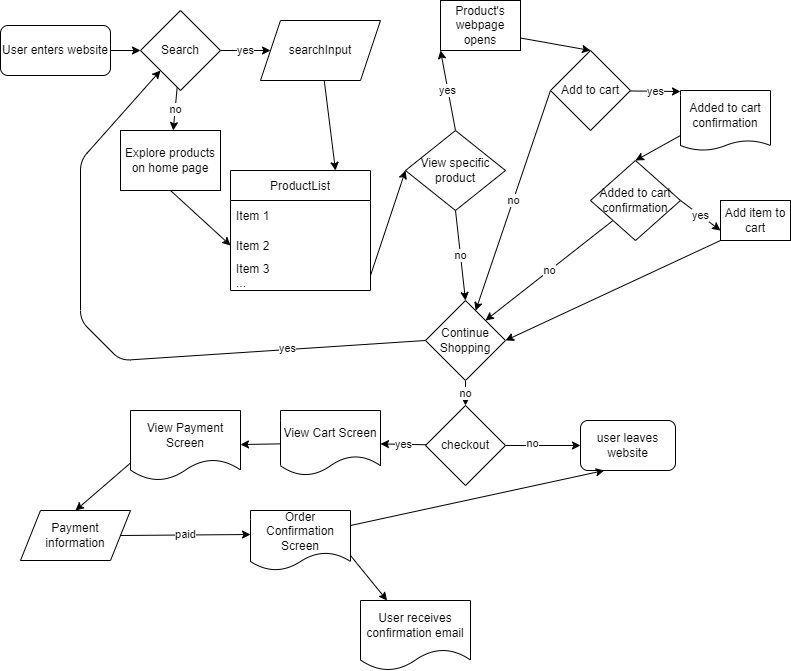
Earlier version of the draw.io export explore/diagramming/diagram.drawio.png (Donttestturing/fa22-cse110-lab4). Source tidied: cells renumbered, new cells last; positions are measured from the earlier drawing's top-left corner, leaving out a move shared by most shapes. The source it was exported from:
```xml
<mxGraphModel>
  <root>
    <mxCell id="0" />
    <mxCell id="1" parent="0" />
    <mxCell id="2" style="edgeStyle=none;html=1;exitX=1;exitY=0.5;exitDx=0;exitDy=0;entryX=0;entryY=0.5;entryDx=0;entryDy=0;" parent="1" edge="1" source="3" target="7">
      <mxGeometry relative="1" as="geometry" />
    </mxCell>
    <mxCell id="3" value="User enters website" style="rounded=1;whiteSpace=wrap;html=1;" parent="1" vertex="1">
      <mxGeometry y="25" width="110" height="50" as="geometry" />
    </mxCell>
    <mxCell id="4" value="yes" style="edgeStyle=none;html=1;exitX=1;exitY=0.5;exitDx=0;exitDy=0;" parent="1" edge="1" source="7" target="9">
      <mxGeometry relative="1" as="geometry" />
    </mxCell>
    <mxCell id="5" style="edgeStyle=none;html=1;exitX=0.5;exitY=1;exitDx=0;exitDy=0;entryX=0.5;entryY=1;entryDx=0;entryDy=0;" parent="1" edge="1" source="7" target="7">
      <mxGeometry relative="1" as="geometry" />
    </mxCell>
    <mxCell id="6" value="no" style="edgeStyle=none;html=1;" parent="1" edge="1" source="7" target="11">
      <mxGeometry relative="1" as="geometry" />
    </mxCell>
    <mxCell id="7" value="Search" style="rhombus;whiteSpace=wrap;html=1;" parent="1" vertex="1">
      <mxGeometry x="140" y="10" width="80" height="80" as="geometry" />
    </mxCell>
    <mxCell id="8" style="edgeStyle=none;html=1;entryX=0.75;entryY=0;entryDx=0;entryDy=0;" parent="1" edge="1" source="9" target="12">
      <mxGeometry relative="1" as="geometry" />
    </mxCell>
    <mxCell id="9" value="searchInput" style="shape=parallelogram;perimeter=parallelogramPerimeter;whiteSpace=wrap;html=1;fixedSize=1;" parent="1" vertex="1">
      <mxGeometry x="260" y="20" width="120" height="60" as="geometry" />
    </mxCell>
    <mxCell id="10" style="edgeStyle=none;html=1;exitX=0.5;exitY=1;exitDx=0;exitDy=0;entryX=0;entryY=0.5;entryDx=0;entryDy=0;" parent="1" edge="1" source="11" target="14">
      <mxGeometry relative="1" as="geometry" />
    </mxCell>
    <mxCell id="11" value="Explore products on home page" style="whiteSpace=wrap;html=1;" parent="1" vertex="1">
      <mxGeometry x="120" y="130" width="100" height="60" as="geometry" />
    </mxCell>
    <mxCell id="12" value="ProductList" style="swimlane;fontStyle=0;horizontal=1;startSize=30;" parent="1" vertex="1">
      <mxGeometry x="230" y="170" width="140" height="120" as="geometry" />
    </mxCell>
    <mxCell id="13" value="Item 1" style="text;strokeColor=none;fillColor=none;align=left;verticalAlign=middle;spacingLeft=4;spacingRight=4;overflow=hidden;" parent="12" vertex="1">
      <mxGeometry y="30" width="140" height="30" as="geometry" />
    </mxCell>
    <mxCell id="14" value="Item 2" style="text;strokeColor=none;fillColor=none;align=left;verticalAlign=middle;spacingLeft=4;spacingRight=4;overflow=hidden;points=[[0,0.5],[1,0.5]];portConstraint=eastwest;" parent="12" vertex="1">
      <mxGeometry y="60" width="140" height="30" as="geometry" />
    </mxCell>
    <mxCell id="15" value="Item 3&#10;..." style="text;strokeColor=none;fillColor=none;align=left;verticalAlign=middle;spacingLeft=4;spacingRight=4;overflow=hidden;points=[[0,0.5],[1,0.5]];portConstraint=eastwest;" parent="12" vertex="1">
      <mxGeometry y="90" width="140" height="30" as="geometry" />
    </mxCell>
    <mxCell id="16" style="edgeStyle=none;html=1;exitX=1;exitY=0.5;exitDx=0;exitDy=0;entryX=0;entryY=0.5;entryDx=0;entryDy=0;" parent="1" edge="1" source="15" target="20">
      <mxGeometry relative="1" as="geometry" />
    </mxCell>
    <mxCell id="17" value="yes" style="edgeStyle=none;html=1;exitX=0.5;exitY=0;exitDx=0;exitDy=0;entryX=0;entryY=1;entryDx=0;entryDy=0;entryPerimeter=0;" parent="1" edge="1" source="20" target="29">
      <mxGeometry relative="1" as="geometry" />
    </mxCell>
    <mxCell id="18" value="no" style="edgeStyle=none;html=1;exitX=0.5;exitY=1;exitDx=0;exitDy=0;" parent="1" edge="1" source="20">
      <mxGeometry relative="1" as="geometry">
        <mxPoint x="440" y="170" as="targetPoint" />
      </mxGeometry>
    </mxCell>
    <mxCell id="19" value="no" style="edgeStyle=none;html=1;exitX=0.5;exitY=1;exitDx=0;exitDy=0;entryX=0.5;entryY=0;entryDx=0;entryDy=0;" parent="1" edge="1" source="20" target="33">
      <mxGeometry relative="1" as="geometry" />
    </mxCell>
    <mxCell id="20" value="View specific product" style="rhombus;whiteSpace=wrap;html=1;" parent="1" vertex="1">
      <mxGeometry x="405" y="130" width="100" height="80" as="geometry" />
    </mxCell>
    <mxCell id="21" style="edgeStyle=none;html=1;exitX=0;exitY=1;exitDx=0;exitDy=0;entryX=1;entryY=0.5;entryDx=0;entryDy=0;" parent="1" edge="1" source="22" target="33">
      <mxGeometry relative="1" as="geometry" />
    </mxCell>
    <mxCell id="22" value="Add item to cart" style="rounded=0;whiteSpace=wrap;html=1;" parent="1" vertex="1">
      <mxGeometry x="720" y="200" width="70" height="40" as="geometry" />
    </mxCell>
    <mxCell id="23" value="yes" style="edgeStyle=none;html=1;entryX=0;entryY=0.017;entryDx=0;entryDy=0;entryPerimeter=0;" parent="1" edge="1" source="25" target="27">
      <mxGeometry relative="1" as="geometry" />
    </mxCell>
    <mxCell id="24" value="no" style="edgeStyle=none;html=1;exitX=0;exitY=0.5;exitDx=0;exitDy=0;" parent="1" edge="1" source="25" target="33">
      <mxGeometry relative="1" as="geometry" />
    </mxCell>
    <mxCell id="25" value="Add to cart" style="rhombus;whiteSpace=wrap;html=1;" parent="1" vertex="1">
      <mxGeometry x="550" y="50" width="80" height="80" as="geometry" />
    </mxCell>
    <mxCell id="26" style="edgeStyle=none;html=1;exitX=0;exitY=0.75;exitDx=0;exitDy=0;entryX=0.5;entryY=0;entryDx=0;entryDy=0;" parent="1" edge="1" source="27" target="36">
      <mxGeometry relative="1" as="geometry" />
    </mxCell>
    <mxCell id="27" value="Added to cart confirmation" style="shape=document;whiteSpace=wrap;html=1;boundedLbl=1;rounded=0;size=0.16666666666666666;" parent="1" vertex="1">
      <mxGeometry x="680" y="90" width="90" height="60" as="geometry" />
    </mxCell>
    <mxCell id="28" style="edgeStyle=none;html=1;exitX=1;exitY=0.75;exitDx=0;exitDy=0;entryX=0.5;entryY=0;entryDx=0;entryDy=0;" parent="1" edge="1" source="29" target="25">
      <mxGeometry relative="1" as="geometry" />
    </mxCell>
    <mxCell id="29" value="Product's webpage opens" style="rounded=0;whiteSpace=wrap;html=1;" parent="1" vertex="1">
      <mxGeometry x="440" width="80" height="50" as="geometry" />
    </mxCell>
    <mxCell id="30" style="edgeStyle=none;html=1;exitX=0;exitY=0.5;exitDx=0;exitDy=0;entryX=0;entryY=1;entryDx=0;entryDy=0;" parent="1" edge="1" source="33" target="7">
      <mxGeometry relative="1" as="geometry">
        <Array as="points">
          <mxPoint x="120" y="360" />
          <mxPoint x="80" y="320" />
          <mxPoint x="80" y="160" />
        </Array>
      </mxGeometry>
    </mxCell>
    <mxCell id="31" value="yes" style="edgeLabel;html=1;align=center;verticalAlign=middle;" parent="30" vertex="1">
      <mxGeometry x="-0.57" y="-2" relative="1" as="geometry" />
    </mxCell>
    <mxCell id="32" value="no&lt;br&gt;" style="edgeStyle=none;html=1;" parent="1" edge="1" source="33" target="40">
      <mxGeometry relative="1" as="geometry" />
    </mxCell>
    <mxCell id="33" value="Continue Shopping" style="rhombus;whiteSpace=wrap;html=1;" parent="1" vertex="1">
      <mxGeometry x="425" y="300" width="80" height="80" as="geometry" />
    </mxCell>
    <mxCell id="34" value="yes&lt;br&gt;" style="edgeStyle=none;html=1;exitX=1;exitY=0.5;exitDx=0;exitDy=0;entryX=0;entryY=0.75;entryDx=0;entryDy=0;" parent="1" edge="1" source="36" target="22">
      <mxGeometry relative="1" as="geometry" />
    </mxCell>
    <mxCell id="35" value="no" style="edgeStyle=none;html=1;exitX=0;exitY=1;exitDx=0;exitDy=0;entryX=1;entryY=0;entryDx=0;entryDy=0;" parent="1" edge="1" source="36" target="33">
      <mxGeometry relative="1" as="geometry" />
    </mxCell>
    <mxCell id="36" value="Added to cart confirmation" style="rhombus;whiteSpace=wrap;html=1;" parent="1" vertex="1">
      <mxGeometry x="590" y="160" width="90" height="80" as="geometry" />
    </mxCell>
    <mxCell id="37" style="edgeStyle=none;html=1;" parent="1" edge="1" source="40" target="41">
      <mxGeometry relative="1" as="geometry" />
    </mxCell>
    <mxCell id="38" value="no" style="edgeLabel;html=1;align=center;verticalAlign=middle;" parent="37" vertex="1">
      <mxGeometry x="-0.31" y="3" relative="1" as="geometry" />
    </mxCell>
    <mxCell id="39" value="yes" style="edgeStyle=none;html=1;" parent="1" edge="1" source="40" target="43">
      <mxGeometry relative="1" as="geometry" />
    </mxCell>
    <mxCell id="40" value="checkout" style="rhombus;whiteSpace=wrap;html=1;" parent="1" vertex="1">
      <mxGeometry x="425" y="405" width="80" height="80" as="geometry" />
    </mxCell>
    <mxCell id="41" value="user leaves website" style="rounded=1;whiteSpace=wrap;html=1;" parent="1" vertex="1">
      <mxGeometry x="580" y="420" width="95" height="50" as="geometry" />
    </mxCell>
    <mxCell id="42" style="edgeStyle=none;html=1;" parent="1" edge="1" source="43" target="45">
      <mxGeometry relative="1" as="geometry" />
    </mxCell>
    <mxCell id="43" value="View Cart Screen" style="shape=document;whiteSpace=wrap;html=1;boundedLbl=1;" parent="1" vertex="1">
      <mxGeometry x="280" y="410" width="100" height="65" as="geometry" />
    </mxCell>
    <mxCell id="44" style="edgeStyle=none;html=1;entryX=0.5;entryY=0;entryDx=0;entryDy=0;exitX=0;exitY=0.75;exitDx=0;exitDy=0;" parent="1" edge="1" source="45" target="47">
      <mxGeometry relative="1" as="geometry" />
    </mxCell>
    <mxCell id="45" value="View Payment Screen" style="shape=document;whiteSpace=wrap;html=1;boundedLbl=1;" parent="1" vertex="1">
      <mxGeometry x="130" y="410" width="110" height="70" as="geometry" />
    </mxCell>
    <mxCell id="46" value="paid" style="edgeStyle=none;html=1;exitX=1;exitY=0.5;exitDx=0;exitDy=0;entryX=0;entryY=0.4;entryDx=0;entryDy=0;entryPerimeter=0;" parent="1" edge="1" source="47" target="50">
      <mxGeometry relative="1" as="geometry">
        <mxPoint y="-1" as="offset" />
      </mxGeometry>
    </mxCell>
    <mxCell id="47" value="Payment information" style="shape=parallelogram;perimeter=parallelogramPerimeter;whiteSpace=wrap;html=1;fixedSize=1;" parent="1" vertex="1">
      <mxGeometry x="20" y="510" width="110" height="50" as="geometry" />
    </mxCell>
    <mxCell id="48" style="edgeStyle=none;html=1;exitX=1;exitY=0.75;exitDx=0;exitDy=0;" parent="1" edge="1" source="50" target="51">
      <mxGeometry relative="1" as="geometry" />
    </mxCell>
    <mxCell id="49" style="edgeStyle=none;html=1;exitX=1;exitY=0.25;exitDx=0;exitDy=0;entryX=0.25;entryY=1;entryDx=0;entryDy=0;" parent="1" edge="1" source="50" target="41">
      <mxGeometry relative="1" as="geometry" />
    </mxCell>
    <mxCell id="50" value="Order Confirmation Screen" style="shape=document;whiteSpace=wrap;html=1;boundedLbl=1;" parent="1" vertex="1">
      <mxGeometry x="250" y="510" width="100" height="60" as="geometry" />
    </mxCell>
    <mxCell id="51" value="User receives confirmation email" style="shape=document;whiteSpace=wrap;html=1;boundedLbl=1;" parent="1" vertex="1">
      <mxGeometry x="360" y="600" width="110" height="70" as="geometry" />
    </mxCell>
  </root>
</mxGraphModel>
```
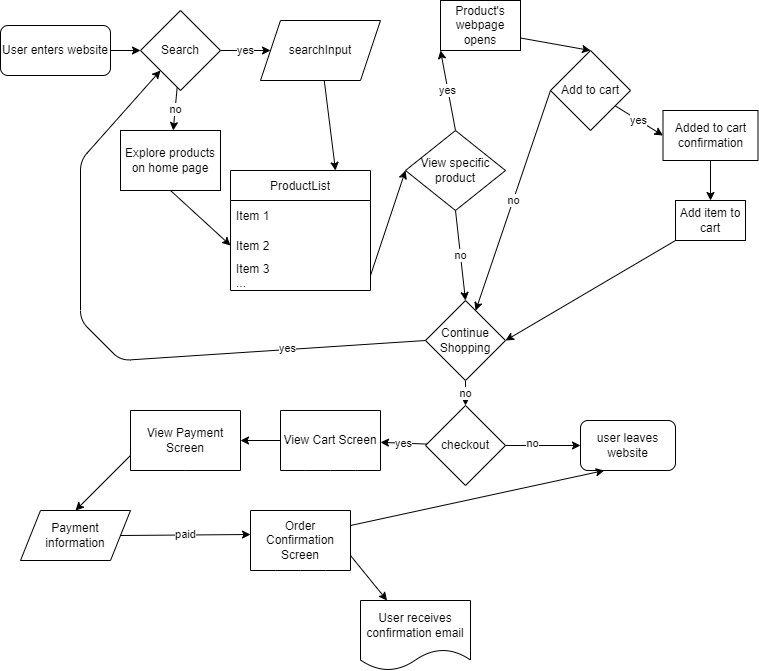
Above is the later version.

Commit message:
Remove expand folder, fix diagram, add last missing answer for devtools pt1

What changed in the source:
```diff
@@ -65,9 +65,9 @@
       <mxGeometry relative="1" as="geometry" />
     </mxCell>
     <mxCell id="22" value="Add item to cart" style="rounded=0;whiteSpace=wrap;html=1;" parent="1" vertex="1">
-      <mxGeometry x="720" y="200" width="70" height="40" as="geometry" />
+      <mxGeometry x="675" y="200" width="70" height="40" as="geometry" />
     </mxCell>
-    <mxCell id="23" value="yes" style="edgeStyle=none;html=1;entryX=0;entryY=0.017;entryDx=0;entryDy=0;entryPerimeter=0;" parent="1" edge="1" source="25" target="27">
+    <mxCell id="23" value="yes" style="edgeStyle=none;html=1;entryX=0;entryY=0.5;entryDx=0;entryDy=0;" parent="1" edge="1" source="25" target="53">
       <mxGeometry relative="1" as="geometry" />
     </mxCell>
     <mxCell id="24" value="no" style="edgeStyle=none;html=1;exitX=0;exitY=0.5;exitDx=0;exitDy=0;" parent="1" edge="1" source="25" target="33">
@@ -76,12 +76,6 @@
     <mxCell id="25" value="Add to cart" style="rhombus;whiteSpace=wrap;html=1;" parent="1" vertex="1">
       <mxGeometry x="550" y="50" width="80" height="80" as="geometry" />
     </mxCell>
-    <mxCell id="26" style="edgeStyle=none;html=1;exitX=0;exitY=0.75;exitDx=0;exitDy=0;entryX=0.5;entryY=0;entryDx=0;entryDy=0;" parent="1" edge="1" source="27" target="36">
-      <mxGeometry relative="1" as="geometry" />
-    </mxCell>
-    <mxCell id="27" value="Added to cart confirmation" style="shape=document;whiteSpace=wrap;html=1;boundedLbl=1;rounded=0;size=0.16666666666666666;" parent="1" vertex="1">
-      <mxGeometry x="680" y="90" width="90" height="60" as="geometry" />
-    </mxCell>
     <mxCell id="28" style="edgeStyle=none;html=1;exitX=1;exitY=0.75;exitDx=0;exitDy=0;entryX=0.5;entryY=0;entryDx=0;entryDy=0;" parent="1" edge="1" source="29" target="25">
       <mxGeometry relative="1" as="geometry" />
     </mxCell>
@@ -106,15 +100,6 @@
     <mxCell id="33" value="Continue Shopping" style="rhombus;whiteSpace=wrap;html=1;" parent="1" vertex="1">
       <mxGeometry x="425" y="300" width="80" height="80" as="geometry" />
     </mxCell>
-    <mxCell id="34" value="yes&lt;br&gt;" style="edgeStyle=none;html=1;exitX=1;exitY=0.5;exitDx=0;exitDy=0;entryX=0;entryY=0.75;entryDx=0;entryDy=0;" parent="1" edge="1" source="36" target="22">
-      <mxGeometry relative="1" as="geometry" />
-    </mxCell>
-    <mxCell id="35" value="no" style="edgeStyle=none;html=1;exitX=0;exitY=1;exitDx=0;exitDy=0;entryX=1;entryY=0;entryDx=0;entryDy=0;" parent="1" edge="1" source="36" target="33">
-      <mxGeometry relative="1" as="geometry" />
-    </mxCell>
-    <mxCell id="36" value="Added to cart confirmation" style="rhombus;whiteSpace=wrap;html=1;" parent="1" vertex="1">
-      <mxGeometry x="590" y="160" width="90" height="80" as="geometry" />
-    </mxCell>
     <mxCell id="37" style="edgeStyle=none;html=1;" parent="1" edge="1" source="40" target="41">
       <mxGeometry relative="1" as="geometry" />
     </mxCell>
@@ -133,14 +118,14 @@
     <mxCell id="42" style="edgeStyle=none;html=1;" parent="1" edge="1" source="43" target="45">
       <mxGeometry relative="1" as="geometry" />
     </mxCell>
-    <mxCell id="43" value="View Cart Screen" style="shape=document;whiteSpace=wrap;html=1;boundedLbl=1;" parent="1" vertex="1">
-      <mxGeometry x="280" y="410" width="100" height="65" as="geometry" />
+    <mxCell id="43" value="View Cart Screen" style="shape=document;whiteSpace=wrap;html=1;boundedLbl=1;size=0;" parent="1" vertex="1">
+      <mxGeometry x="280" y="410" width="100" height="60" as="geometry" />
     </mxCell>
     <mxCell id="44" style="edgeStyle=none;html=1;entryX=0.5;entryY=0;entryDx=0;entryDy=0;exitX=0;exitY=0.75;exitDx=0;exitDy=0;" parent="1" edge="1" source="45" target="47">
       <mxGeometry relative="1" as="geometry" />
     </mxCell>
-    <mxCell id="45" value="View Payment Screen" style="shape=document;whiteSpace=wrap;html=1;boundedLbl=1;" parent="1" vertex="1">
-      <mxGeometry x="130" y="410" width="110" height="70" as="geometry" />
+    <mxCell id="45" value="View Payment Screen" style="shape=document;whiteSpace=wrap;html=1;boundedLbl=1;size=0;" parent="1" vertex="1">
+      <mxGeometry x="130" y="410" width="110" height="60" as="geometry" />
     </mxCell>
     <mxCell id="46" value="paid" style="edgeStyle=none;html=1;exitX=1;exitY=0.5;exitDx=0;exitDy=0;entryX=0;entryY=0.4;entryDx=0;entryDy=0;entryPerimeter=0;" parent="1" edge="1" source="47" target="50">
       <mxGeometry relative="1" as="geometry">
@@ -156,11 +141,17 @@
     <mxCell id="49" style="edgeStyle=none;html=1;exitX=1;exitY=0.25;exitDx=0;exitDy=0;entryX=0.25;entryY=1;entryDx=0;entryDy=0;" parent="1" edge="1" source="50" target="41">
       <mxGeometry relative="1" as="geometry" />
     </mxCell>
-    <mxCell id="50" value="Order Confirmation Screen" style="shape=document;whiteSpace=wrap;html=1;boundedLbl=1;" parent="1" vertex="1">
+    <mxCell id="50" value="Order Confirmation Screen" style="shape=document;whiteSpace=wrap;html=1;boundedLbl=1;size=0;" parent="1" vertex="1">
       <mxGeometry x="250" y="510" width="100" height="60" as="geometry" />
     </mxCell>
     <mxCell id="51" value="User receives confirmation email" style="shape=document;whiteSpace=wrap;html=1;boundedLbl=1;" parent="1" vertex="1">
       <mxGeometry x="360" y="600" width="110" height="70" as="geometry" />
     </mxCell>
+    <mxCell id="52" style="edgeStyle=none;html=1;" parent="1" edge="1" source="53" target="22">
+      <mxGeometry relative="1" as="geometry" />
+    </mxCell>
+    <mxCell id="53" value="&lt;span&gt;Added to cart confirmation&lt;/span&gt;" style="rounded=0;whiteSpace=wrap;html=1;" parent="1" vertex="1">
+      <mxGeometry x="662.5" y="110" width="95" height="50" as="geometry" />
+    </mxCell>
   </root>
 </mxGraphModel>
```
